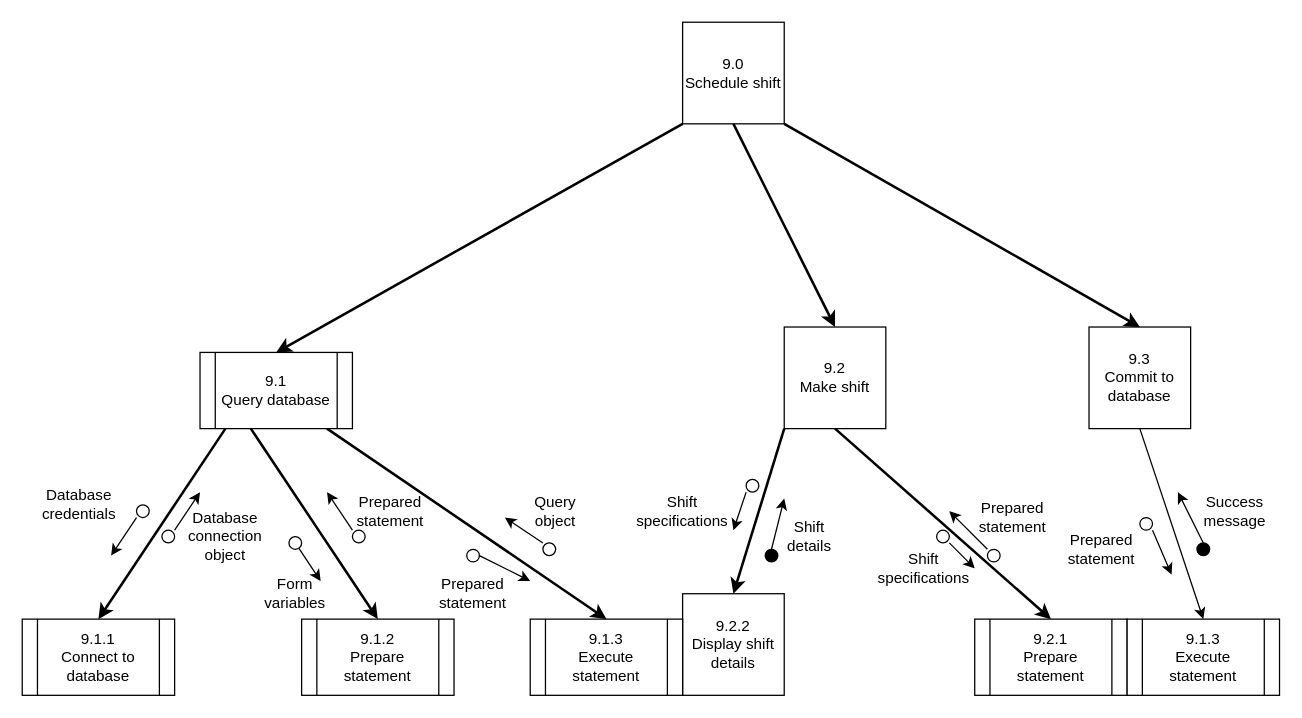
Harlento/SchedulingSystem keeps this draw.io diagram as Diagrams/StructureCharts/Proc9Struct.drawio. Above is the earlier version. Source tidied: cells renumbered, new cells numbered last; positions are measured from the earlier drawing's top-left corner, leaving out a move shared by most shapes. Both pictures are drawn from the tidied source at 127%, with x=0, y=0 at pixel (22, 22).
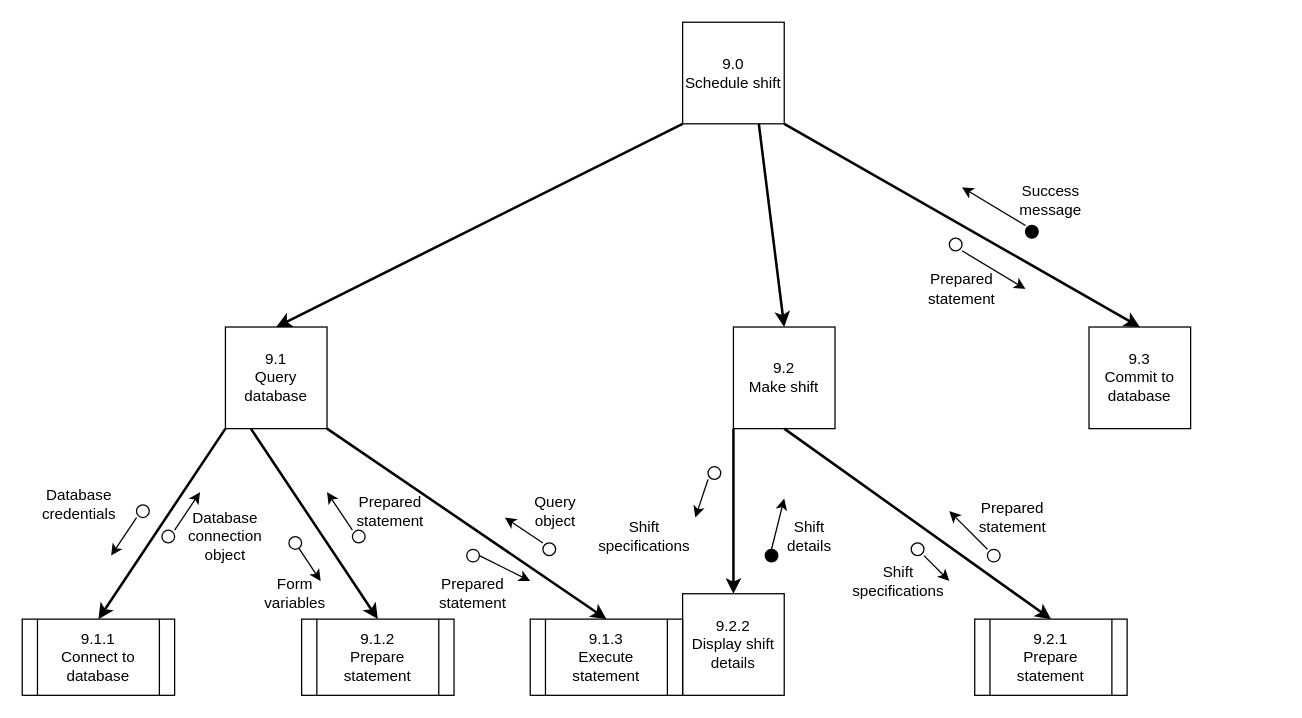
Above is the later version.

The change refers to these unchanged cells:
```xml
<mxCell id="2" value="9.0&lt;br&gt;Schedule shift" style="whiteSpace=wrap;html=1;" parent="1" vertex="1">
  <mxGeometry x="520" width="80" height="80" as="geometry" />
</mxCell>
<mxCell id="10" value="9.1.1&lt;br&gt;Connect to database" style="shape=process;whiteSpace=wrap;html=1;backgroundOutline=1;" parent="1" vertex="1">
  <mxGeometry y="470" width="120" height="60" as="geometry" />
</mxCell>
<mxCell id="32" value="9.1.2&lt;br&gt;Prepare statement" style="shape=process;whiteSpace=wrap;html=1;backgroundOutline=1;" parent="1" vertex="1">
  <mxGeometry x="220" y="470" width="120" height="60" as="geometry" />
</mxCell>
<mxCell id="41" value="9.3&lt;br&gt;Commit to database" style="whiteSpace=wrap;html=1;" parent="1" vertex="1">
  <mxGeometry x="840" y="240" width="80" height="80" as="geometry" />
</mxCell>
<mxCell id="54" value="&lt;span style=&quot;white-space: normal&quot;&gt;9.1.3&lt;/span&gt;&lt;br style=&quot;white-space: normal&quot;&gt;&lt;span style=&quot;white-space: normal&quot;&gt;Execute statement&lt;/span&gt;" style="shape=process;whiteSpace=wrap;html=1;backgroundOutline=1;fillColor=#FFFFFF;" parent="1" vertex="1">
  <mxGeometry x="400" y="470" width="120" height="60" as="geometry" />
</mxCell>
```

The edit, as a diff of the source:
```diff
@@
+    <mxCell id="55" value="9.1&lt;br&gt;Query database" style="whiteSpace=wrap;html=1;" parent="1" vertex="1">
+      <mxGeometry x="160" y="240" width="80" height="80" as="geometry" />
+    </mxCell>
     <mxCell id="3" value="9.2&lt;br&gt;Make shift" style="whiteSpace=wrap;html=1;" parent="1" vertex="1">
-      <mxGeometry x="600" y="240" width="80" height="80" as="geometry" />
+      <mxGeometry x="560" y="240" width="80" height="80" as="geometry" />
     </mxCell>
@@
-    <mxCell id="11" style="endArrow=classic;html=1;strokeWidth=2;entryX=0.5;entryY=0;entryDx=0;entryDy=0;exitX=0;exitY=1;exitDx=0;exitDy=0;" parent="1" edge="1" target="10">
-      <mxGeometry relative="1" as="geometry">
-        <mxPoint x="160" y="320" as="sourcePoint" />
-      </mxGeometry>
+    <mxCell id="11" style="endArrow=classic;html=1;strokeWidth=2;entryX=0.5;entryY=0;entryDx=0;entryDy=0;exitX=0;exitY=1;exitDx=0;exitDy=0;" parent="1" edge="1" source="55" target="10">
+      <mxGeometry relative="1" as="geometry" />
     </mxCell>
-    <mxCell id="12" style="endArrow=classic;html=1;strokeWidth=2;entryX=0.5;entryY=0;entryDx=0;entryDy=0;exitX=0.25;exitY=1;exitDx=0;exitDy=0;" parent="1" edge="1" target="32">
+    <mxCell id="12" style="endArrow=classic;html=1;strokeWidth=2;entryX=0.5;entryY=0;entryDx=0;entryDy=0;exitX=0.25;exitY=1;exitDx=0;exitDy=0;" parent="1" edge="1" source="55" target="32">
       <mxGeometry relative="1" as="geometry">
-        <mxPoint x="180" y="320" as="sourcePoint" />
         <Array as="points">
           <mxPoint x="240" y="410" />
         </Array>
       </mxGeometry>
     </mxCell>
@@
     <mxCell id="14" style="ellipse;whiteSpace=wrap;html=1;fillColor=#000000;" parent="1" vertex="1">
-      <mxGeometry x="925" y="410" width="10" height="10" as="geometry" />
+      <mxGeometry x="790" y="160" width="10" height="10" as="geometry" />
     </mxCell>
     <mxCell id="15" style="ellipse;whiteSpace=wrap;html=1;" parent="1" vertex="1">
-      <mxGeometry x="880" y="390" width="10" height="10" as="geometry" />
+      <mxGeometry x="730" y="170" width="10" height="10" as="geometry" />
     </mxCell>
     <mxCell id="16" style="ellipse;whiteSpace=wrap;html=1;" parent="1" vertex="1">
-      <mxGeometry x="720" y="400" width="10" height="10" as="geometry" />
+      <mxGeometry x="700" y="410" width="10" height="10" as="geometry" />
     </mxCell>
@@
     <mxCell id="19" style="ellipse;whiteSpace=wrap;html=1;" parent="1" vertex="1">
-      <mxGeometry x="570" y="360" width="10" height="10" as="geometry" />
+      <mxGeometry x="540" y="350" width="10" height="10" as="geometry" />
     </mxCell>
@@
-    <mxCell id="27" style="endArrow=classic;html=1;strokeWidth=2;exitX=1;exitY=1;exitDx=0;exitDy=0;entryX=0.5;entryY=0;entryDx=0;entryDy=0;" parent="1" edge="1" target="54">
-      <mxGeometry relative="1" as="geometry">
-        <mxPoint x="240" y="320" as="sourcePoint" />
-      </mxGeometry>
+    <mxCell id="27" style="endArrow=classic;html=1;strokeWidth=2;exitX=1;exitY=1;exitDx=0;exitDy=0;entryX=0.5;entryY=0;entryDx=0;entryDy=0;" parent="1" edge="1" source="55" target="54">
+      <mxGeometry relative="1" as="geometry" />
     </mxCell>
@@
     <mxCell id="36" style="endArrow=classic;html=1;strokeWidth=1;" parent="1" edge="1">
       <mxGeometry relative="1" as="geometry">
-        <mxPoint x="570" y="370" as="sourcePoint" />
-        <mxPoint x="560" y="400" as="targetPoint" />
+        <mxPoint x="540" y="360" as="sourcePoint" />
+        <mxPoint x="530" y="390" as="targetPoint" />
       </mxGeometry>
     </mxCell>
@@
     <mxCell id="38" value="Shift specifications" style="text;html=1;strokeColor=none;fillColor=none;align=center;verticalAlign=middle;whiteSpace=wrap;rounded=0;" parent="1" vertex="1">
-      <mxGeometry x="500" y="375" width="40" height="20" as="geometry" />
+      <mxGeometry x="470" y="395" width="40" height="20" as="geometry" />
     </mxCell>
-    <mxCell id="39" style="endArrow=classic;html=1;strokeWidth=2;entryX=0.5;entryY=0;entryDx=0;entryDy=0;exitX=0.5;exitY=1;exitDx=0;exitDy=0;" parent="1" edge="1" source="2" target="3">
+    <mxCell id="39" style="endArrow=classic;html=1;strokeWidth=2;entryX=0.5;entryY=0;entryDx=0;entryDy=0;exitX=0.75;exitY=1;exitDx=0;exitDy=0;" parent="1" edge="1" source="2" target="3">
       <mxGeometry relative="1" as="geometry" />
     </mxCell>
@@
     <mxCell id="45" style="endArrow=classic;html=1;strokeWidth=1;" parent="1" edge="1">
       <mxGeometry relative="1" as="geometry">
-        <mxPoint x="730" y="410" as="sourcePoint" />
-        <mxPoint x="750" y="430" as="targetPoint" />
+        <mxPoint x="710" y="420" as="sourcePoint" />
+        <mxPoint x="730" y="440" as="targetPoint" />
       </mxGeometry>
     </mxCell>
@@
     <mxCell id="49" value="Shift specifications" style="text;html=1;strokeColor=none;fillColor=none;align=center;verticalAlign=middle;whiteSpace=wrap;rounded=0;" parent="1" vertex="1">
-      <mxGeometry x="690" y="420" width="40" height="20" as="geometry" />
+      <mxGeometry x="670" y="430" width="40" height="20" as="geometry" />
     </mxCell>
     <mxCell id="50" style="endArrow=classic;html=1;strokeWidth=1;" parent="1" edge="1">
       <mxGeometry relative="1" as="geometry">
-        <mxPoint x="890" y="400" as="sourcePoint" />
-        <mxPoint x="905" y="435" as="targetPoint" />
+        <mxPoint x="740" y="180" as="sourcePoint" />
+        <mxPoint x="790" y="210" as="targetPoint" />
       </mxGeometry>
     </mxCell>
     <mxCell id="51" style="endArrow=classic;html=1;strokeWidth=1;" parent="1" edge="1">
       <mxGeometry relative="1" as="geometry">
-        <mxPoint x="930" y="410" as="sourcePoint" />
-        <mxPoint x="910" y="370" as="targetPoint" />
+        <mxPoint x="790" y="160" as="sourcePoint" />
+        <mxPoint x="740" y="130" as="targetPoint" />
       </mxGeometry>
     </mxCell>
     <mxCell id="52" value="Prepared statement" style="text;html=1;strokeColor=none;fillColor=none;align=center;verticalAlign=middle;whiteSpace=wrap;rounded=0;" parent="1" vertex="1">
-      <mxGeometry x="830" y="405" width="40" height="20" as="geometry" />
+      <mxGeometry x="720" y="200" width="40" height="20" as="geometry" />
     </mxCell>
     <mxCell id="53" value="Success message" style="text;html=1;strokeColor=none;fillColor=none;align=center;verticalAlign=middle;whiteSpace=wrap;rounded=0;" parent="1" vertex="1">
-      <mxGeometry x="935" y="375" width="40" height="20" as="geometry" />
+      <mxGeometry x="790" y="130" width="40" height="20" as="geometry" />
     </mxCell>
@@
-    <mxCell id="55" value="&lt;span style=&quot;white-space: normal&quot;&gt;9.1&lt;/span&gt;&lt;br style=&quot;white-space: normal&quot;&gt;&lt;span style=&quot;white-space: normal&quot;&gt;Query database&lt;/span&gt;" style="shape=process;whiteSpace=wrap;html=1;backgroundOutline=1;" parent="1" vertex="1">
-      <mxGeometry x="140" y="260" width="120" height="60" as="geometry" />
-    </mxCell>
-    <mxCell id="56" value="&lt;span style=&quot;white-space: normal&quot;&gt;9.1.3&lt;/span&gt;&lt;br style=&quot;white-space: normal&quot;&gt;&lt;span style=&quot;white-space: normal&quot;&gt;Execute statement&lt;/span&gt;" style="shape=process;whiteSpace=wrap;html=1;backgroundOutline=1;fillColor=#FFFFFF;" parent="1" vertex="1">
-      <mxGeometry x="870" y="470" width="120" height="60" as="geometry" />
-    </mxCell>
-    <mxCell id="57" style="endArrow=classic;html=1;exitX=0.5;exitY=1;exitDx=0;exitDy=0;entryX=0.5;entryY=0;entryDx=0;entryDy=0;" parent="1" edge="1" source="41" target="56">
-      <mxGeometry relative="1" as="geometry" />
-    </mxCell>
```
